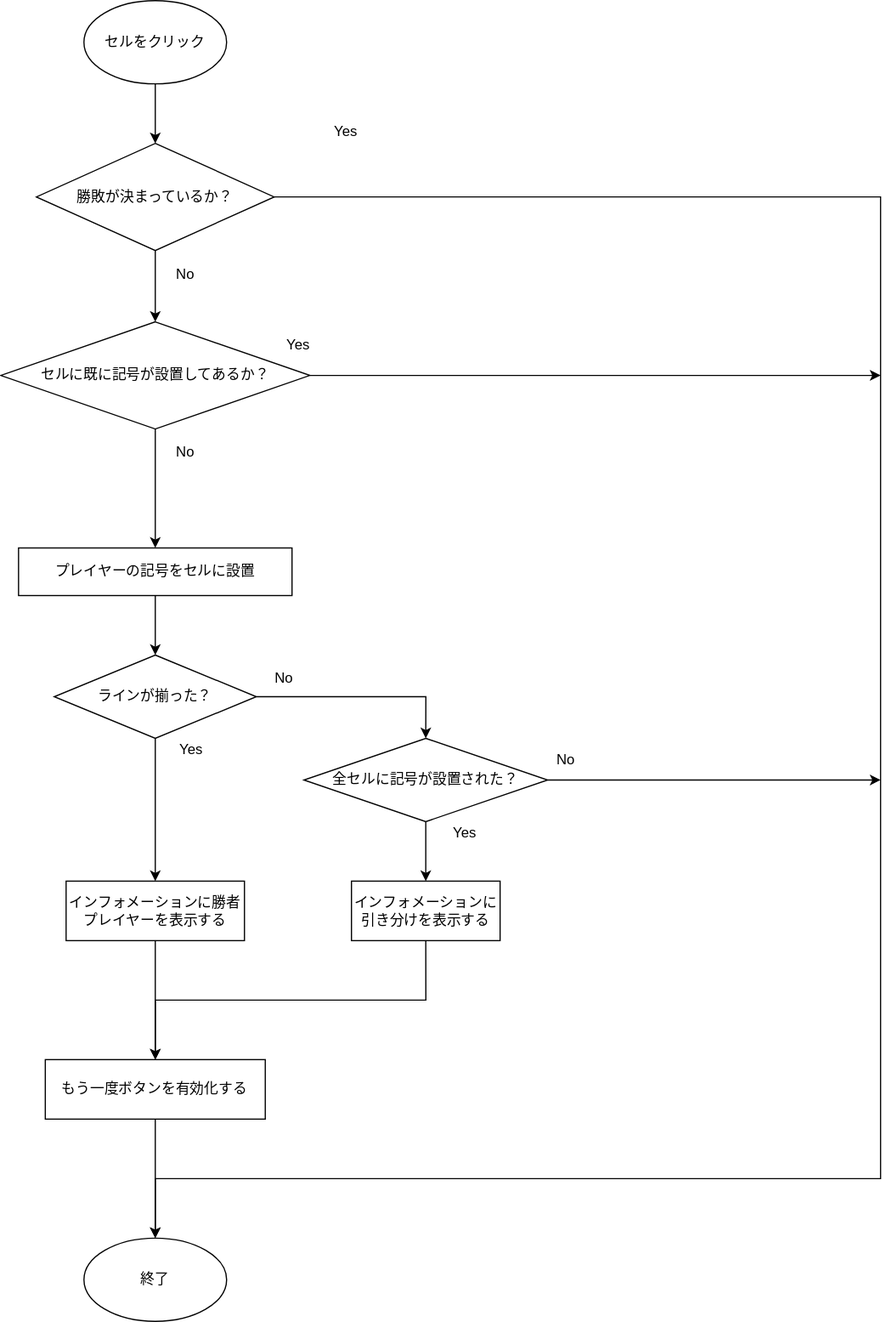
The draw.io diagram design/flowchart_clickCell.drawio.svg in hachimitu22/ticTacToe, before a commit. Source tidied: cells renumbered, new cells last; positions are measured from the earlier drawing's top-left corner, leaving out a move shared by most shapes.
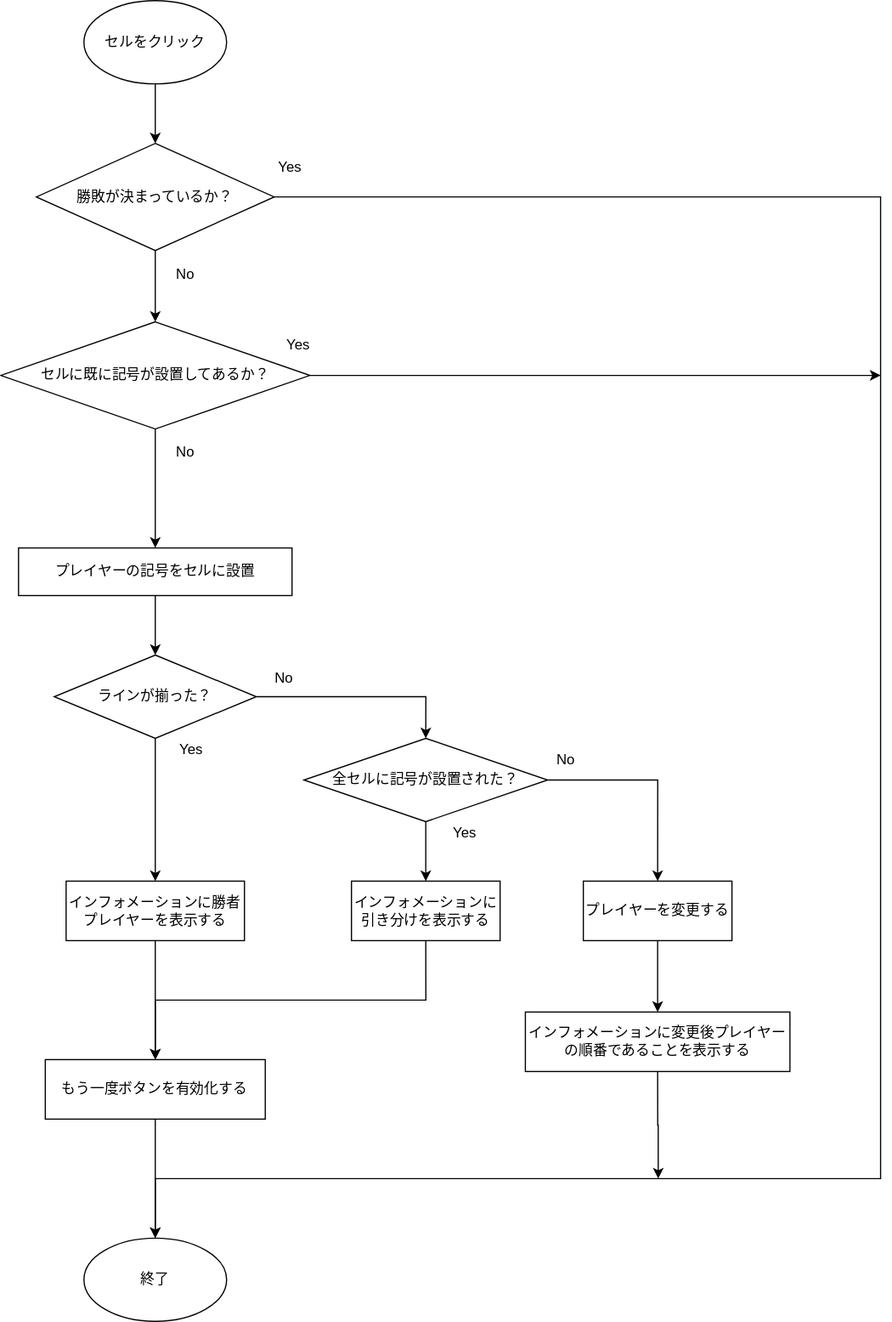
Above is the later version.

What changed in the source:
```diff
@@ -36,7 +36,7 @@
       <mxGeometry x="70" width="120" height="70" as="geometry" />
     </mxCell>
     <mxCell id="11" value="Yes" style="text;html=1;align=center;verticalAlign=middle;" parent="1" vertex="1">
-      <mxGeometry x="270" y="100" width="40" height="20" as="geometry" />
+      <mxGeometry x="222.5" y="130" width="40" height="20" as="geometry" />
     </mxCell>
     <mxCell id="12" style="edgeStyle=orthogonalEdgeStyle;rounded=0;jettySize=auto;html=1;exitX=0.5;exitY=1;exitDx=0;exitDy=0;entryX=0.5;entryY=0;entryDx=0;entryDy=0;" parent="1" edge="1" source="13" target="23">
       <mxGeometry relative="1" as="geometry" />
@@ -56,10 +56,8 @@
     <mxCell id="17" style="edgeStyle=orthogonalEdgeStyle;rounded=0;jettySize=auto;html=1;exitX=0.5;exitY=1;exitDx=0;exitDy=0;entryX=0.5;entryY=0;entryDx=0;entryDy=0;" parent="1" edge="1" source="19" target="13">
       <mxGeometry relative="1" as="geometry" />
     </mxCell>
-    <mxCell id="18" style="edgeStyle=orthogonalEdgeStyle;rounded=0;jettySize=auto;html=1;exitX=1;exitY=0.5;exitDx=0;exitDy=0;" parent="1" edge="1" source="19">
-      <mxGeometry relative="1" as="geometry">
-        <mxPoint x="740" y="655" as="targetPoint" />
-      </mxGeometry>
+    <mxCell id="18" style="edgeStyle=orthogonalEdgeStyle;rounded=0;jettySize=auto;html=1;exitX=1;exitY=0.5;exitDx=0;exitDy=0;entryX=0.5;entryY=0;entryDx=0;entryDy=0;" parent="1" edge="1" source="19" target="34">
+      <mxGeometry relative="1" as="geometry" />
     </mxCell>
     <mxCell id="19" value="全セルに記号が設置された？" style="rhombus;whiteSpace=wrap;html=1;" parent="1" vertex="1">
       <mxGeometry x="255" y="620" width="205" height="70" as="geometry" />
@@ -88,6 +86,20 @@
     <mxCell id="27" value="No" style="text;html=1;align=center;verticalAlign=middle;" parent="1" vertex="1">
       <mxGeometry x="460" y="628" width="30" height="20" as="geometry" />
     </mxCell>
+    <mxCell id="33" style="edgeStyle=orthogonalEdgeStyle;rounded=0;jettySize=auto;html=1;exitX=0.5;exitY=1;exitDx=0;exitDy=0;entryX=0.5;entryY=0;entryDx=0;entryDy=0;" parent="1" edge="1" source="34" target="36">
+      <mxGeometry relative="1" as="geometry" />
+    </mxCell>
+    <mxCell id="34" value="プレイヤーを変更する" style="rounded=0;whiteSpace=wrap;html=1;" parent="1" vertex="1">
+      <mxGeometry x="490" y="740" width="125" height="50" as="geometry" />
+    </mxCell>
+    <mxCell id="35" style="edgeStyle=orthogonalEdgeStyle;rounded=0;jettySize=auto;html=1;exitX=0.5;exitY=1;exitDx=0;exitDy=0;" parent="1" edge="1" source="36">
+      <mxGeometry relative="1" as="geometry">
+        <mxPoint x="553" y="990" as="targetPoint" />
+      </mxGeometry>
+    </mxCell>
+    <mxCell id="36" value="インフォメーションに変更後プレイヤーの順番であることを表示する" style="rounded=0;whiteSpace=wrap;html=1;" parent="1" vertex="1">
+      <mxGeometry x="441.2" y="850" width="222.5" height="50" as="geometry" />
+    </mxCell>
     <mxCell id="28" style="edgeStyle=orthogonalEdgeStyle;rounded=0;jettySize=auto;html=1;exitX=1;exitY=0.5;exitDx=0;exitDy=0;" parent="1" edge="1" source="32">
       <mxGeometry relative="1" as="geometry">
         <mxPoint x="740" y="315" as="targetPoint" />
@@ -96,12 +108,12 @@
         </Array>
       </mxGeometry>
     </mxCell>
+    <mxCell id="30" value="Yes" style="text;html=1;align=center;verticalAlign=middle;" parent="1" vertex="1">
+      <mxGeometry x="230" y="280" width="40" height="20" as="geometry" />
+    </mxCell>
     <mxCell id="29" value="No" style="text;html=1;align=center;verticalAlign=middle;" parent="1" vertex="1">
       <mxGeometry x="140" y="220" width="30" height="20" as="geometry" />
     </mxCell>
-    <mxCell id="30" value="Yes" style="text;html=1;align=center;verticalAlign=middle;" parent="1" vertex="1">
-      <mxGeometry x="230" y="280" width="40" height="20" as="geometry" />
-    </mxCell>
     <mxCell id="31" value="勝敗が決まっているか？" style="rhombus;whiteSpace=wrap;html=1;" parent="1" vertex="1">
       <mxGeometry x="30" y="120" width="200" height="90" as="geometry" />
     </mxCell>
```
